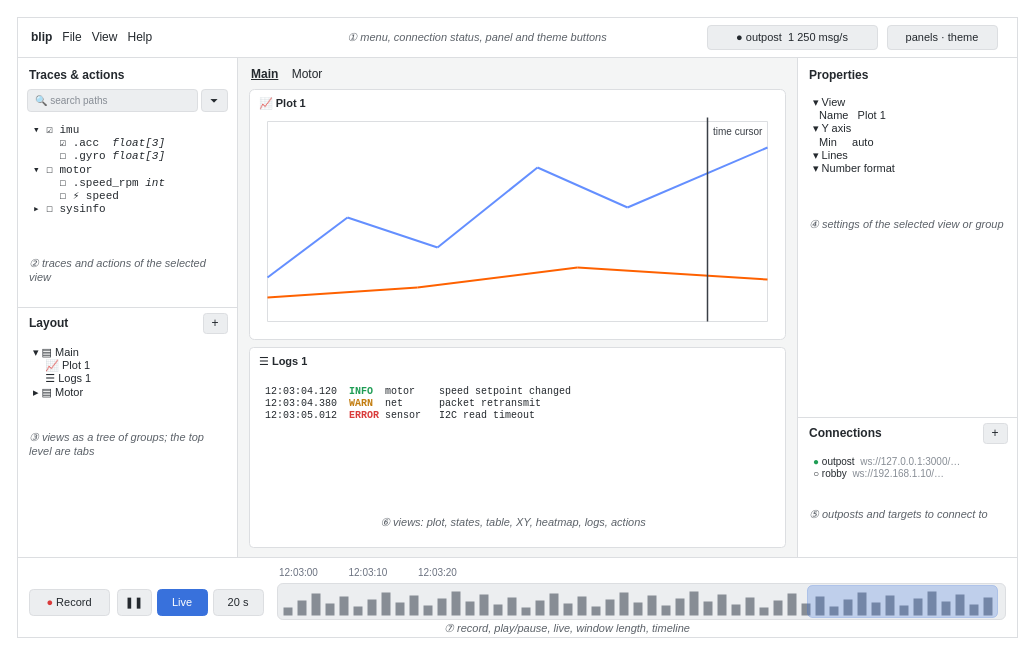
Before: doc/source/diagrams/blip-window.drawio in stefanluethi/blip, a draw.io diagram. Source tidied: cells renumbered, new cells numbered last; positions are measured from the earlier drawing's top-left corner, leaving out a move shared by most shapes. Both pictures are drawn from the tidied source at 100%, with x=0, y=0 at pixel (17, 17).
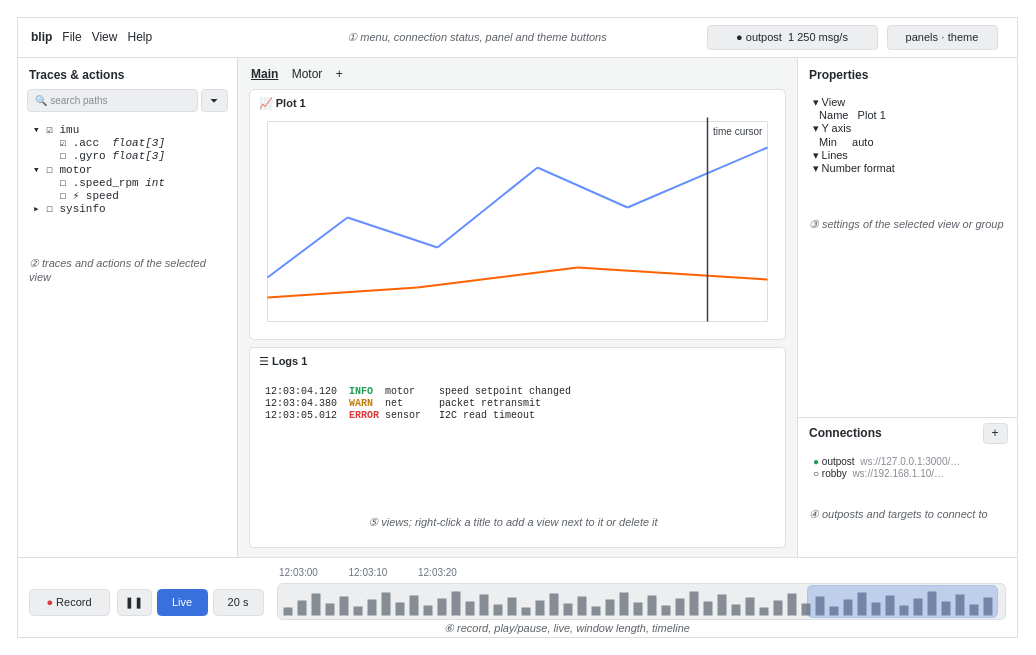
The same page after the edit.

Diff of the diagram source:
```diff
@@
-    <mxCell id="14" style="strokeColor=#5b6168;fontColor=#24292e;labelBackgroundColor=#ffffff;fontFamily=Fira Sans,Helvetica,Arial,sans-serif;html=1;endArrow=block;endFill=1;fontSize=10;rounded=0;endArrow=none;strokeColor=#dcdee1;" parent="1" edge="1">
-      <mxGeometry relative="1" as="geometry">
-        <mxPoint y="290" as="sourcePoint" />
-        <mxPoint x="220" y="290" as="targetPoint" />
-      </mxGeometry>
-    </mxCell>
-    <mxCell id="15" value="&lt;b&gt;Layout&lt;/b&gt;" style="fontColor=#24292e;fontFamily=Fira Sans,Helvetica,Arial,sans-serif;text;html=1;whiteSpace=wrap;align=center;verticalAlign=middle;fontSize=12;align=left;" parent="1" vertex="1">
-      <mxGeometry x="10" y="296" width="150" height="20" as="geometry" />
-    </mxCell>
-    <mxCell id="16" value="+" style="fontColor=#24292e;fontFamily=Fira Sans,Helvetica,Arial,sans-serif;html=1;whiteSpace=wrap;rounded=1;fillColor=#eceef0;strokeColor=#dcdee1;fontSize=12;" parent="1" vertex="1">
-      <mxGeometry x="186" y="296" width="24" height="20" as="geometry" />
-    </mxCell>
-    <mxCell id="17" value="▾ ▤ Main&lt;br&gt;&amp;nbsp;&amp;nbsp;&amp;nbsp;&amp;nbsp;📈 Plot 1&lt;br&gt;&amp;nbsp;&amp;nbsp;&amp;nbsp;&amp;nbsp;☰ Logs 1&lt;br&gt;▸ ▤ Motor" style="fontColor=#24292e;fontFamily=Fira Sans,Helvetica,Arial,sans-serif;text;html=1;whiteSpace=wrap;align=center;verticalAlign=middle;fontSize=11;align=left;verticalAlign=top;" parent="1" vertex="1">
-      <mxGeometry x="14" y="322" width="196" height="80" as="geometry" />
-    </mxCell>
-    <mxCell id="18" value="③ views as a tree of groups; the top level are tabs" style="fontColor=#24292e;fontFamily=Fira Sans,Helvetica,Arial,sans-serif;text;html=1;whiteSpace=wrap;align=center;verticalAlign=middle;fontSize=11;fontStyle=2;fontColor=#5b6168;align=left;" parent="1" vertex="1">
-      <mxGeometry x="10" y="410" width="200" height="34" as="geometry" />
-    </mxCell>
@@
-    <mxCell id="22" value="④ settings of the selected view or group" style="fontColor=#24292e;fontFamily=Fira Sans,Helvetica,Arial,sans-serif;text;html=1;whiteSpace=wrap;align=center;verticalAlign=middle;fontSize=11;fontStyle=2;fontColor=#5b6168;align=left;" parent="1" vertex="1">
+    <mxCell id="22" value="③ settings of the selected view or group" style="fontColor=#24292e;fontFamily=Fira Sans,Helvetica,Arial,sans-serif;text;html=1;whiteSpace=wrap;align=center;verticalAlign=middle;fontSize=11;fontStyle=2;fontColor=#5b6168;align=left;" parent="1" vertex="1">
       <mxGeometry x="790" y="190" width="200" height="34" as="geometry" />
     </mxCell>
@@
-    <mxCell id="27" value="⑤ outposts and targets to connect to" style="fontColor=#24292e;fontFamily=Fira Sans,Helvetica,Arial,sans-serif;text;html=1;whiteSpace=wrap;align=center;verticalAlign=middle;fontSize=11;fontStyle=2;fontColor=#5b6168;align=left;" parent="1" vertex="1">
+    <mxCell id="27" value="④ outposts and targets to connect to" style="fontColor=#24292e;fontFamily=Fira Sans,Helvetica,Arial,sans-serif;text;html=1;whiteSpace=wrap;align=center;verticalAlign=middle;fontSize=11;fontStyle=2;fontColor=#5b6168;align=left;" parent="1" vertex="1">
       <mxGeometry x="790" y="480" width="200" height="34" as="geometry" />
     </mxCell>
@@
-    <mxCell id="29" value="&lt;u&gt;&lt;b&gt;Main&lt;/b&gt;&lt;/u&gt; &amp;nbsp;&amp;nbsp; Motor" style="fontColor=#24292e;fontFamily=Fira Sans,Helvetica,Arial,sans-serif;text;html=1;whiteSpace=wrap;align=center;verticalAlign=middle;fontSize=12;align=left;" parent="1" vertex="1">
+    <mxCell id="29" value="&lt;u&gt;&lt;b&gt;Main&lt;/b&gt;&lt;/u&gt; &amp;nbsp;&amp;nbsp; Motor &amp;nbsp;&amp;nbsp; +" style="fontColor=#24292e;fontFamily=Fira Sans,Helvetica,Arial,sans-serif;text;html=1;whiteSpace=wrap;align=center;verticalAlign=middle;fontSize=12;align=left;" parent="1" vertex="1">
       <mxGeometry x="232" y="46" width="200" height="22" as="geometry" />
     </mxCell>
@@
-    <mxCell id="46" value="⑥ views: plot, states, table, XY, heatmap, logs, actions" style="fontColor=#24292e;fontFamily=Fira Sans,Helvetica,Arial,sans-serif;text;html=1;whiteSpace=wrap;align=center;verticalAlign=middle;fontSize=11;fontStyle=2;fontColor=#5b6168;" parent="1" vertex="1">
+    <mxCell id="46" value="⑤ views; right-click a title to add a view next to it or delete it" style="fontColor=#24292e;fontFamily=Fira Sans,Helvetica,Arial,sans-serif;text;html=1;whiteSpace=wrap;align=center;verticalAlign=middle;fontSize=11;fontStyle=2;fontColor=#5b6168;" parent="1" vertex="1">
       <mxGeometry x="246" y="490" width="500" height="30" as="geometry" />
     </mxCell>
@@
-    <mxCell id="106" value="⑦ record, play/pause, live, window length, timeline" style="fontColor=#24292e;fontFamily=Fira Sans,Helvetica,Arial,sans-serif;text;html=1;whiteSpace=wrap;align=center;verticalAlign=middle;fontSize=11;fontStyle=2;fontColor=#5b6168;" parent="1" vertex="1">
+    <mxCell id="106" value="⑥ record, play/pause, live, window length, timeline" style="fontColor=#24292e;fontFamily=Fira Sans,Helvetica,Arial,sans-serif;text;html=1;whiteSpace=wrap;align=center;verticalAlign=middle;fontSize=11;fontStyle=2;fontColor=#5b6168;" parent="1" vertex="1">
       <mxGeometry x="300" y="604" width="500" height="14" as="geometry" />
     </mxCell>
```
